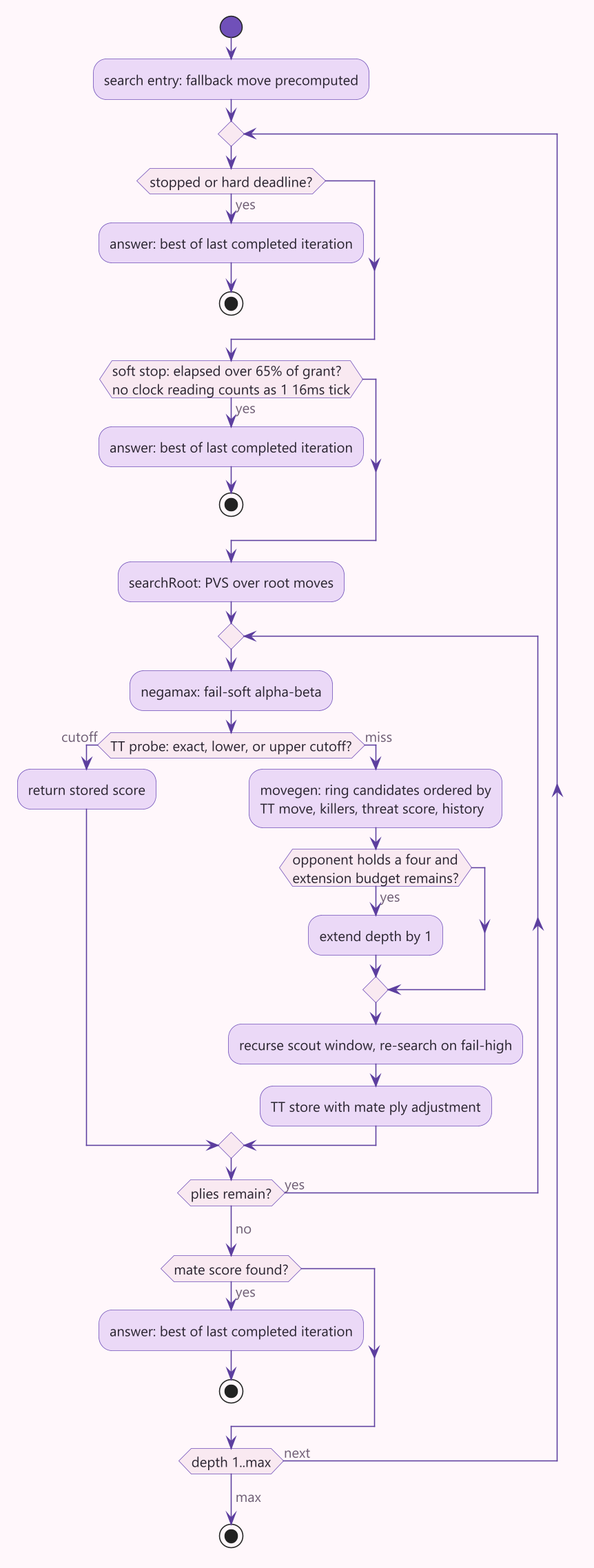
lavantien/caro-ai-pvp keeps this PlantUML diagram as docs/diagrams/search-pipeline.png. Above is the earlier version.
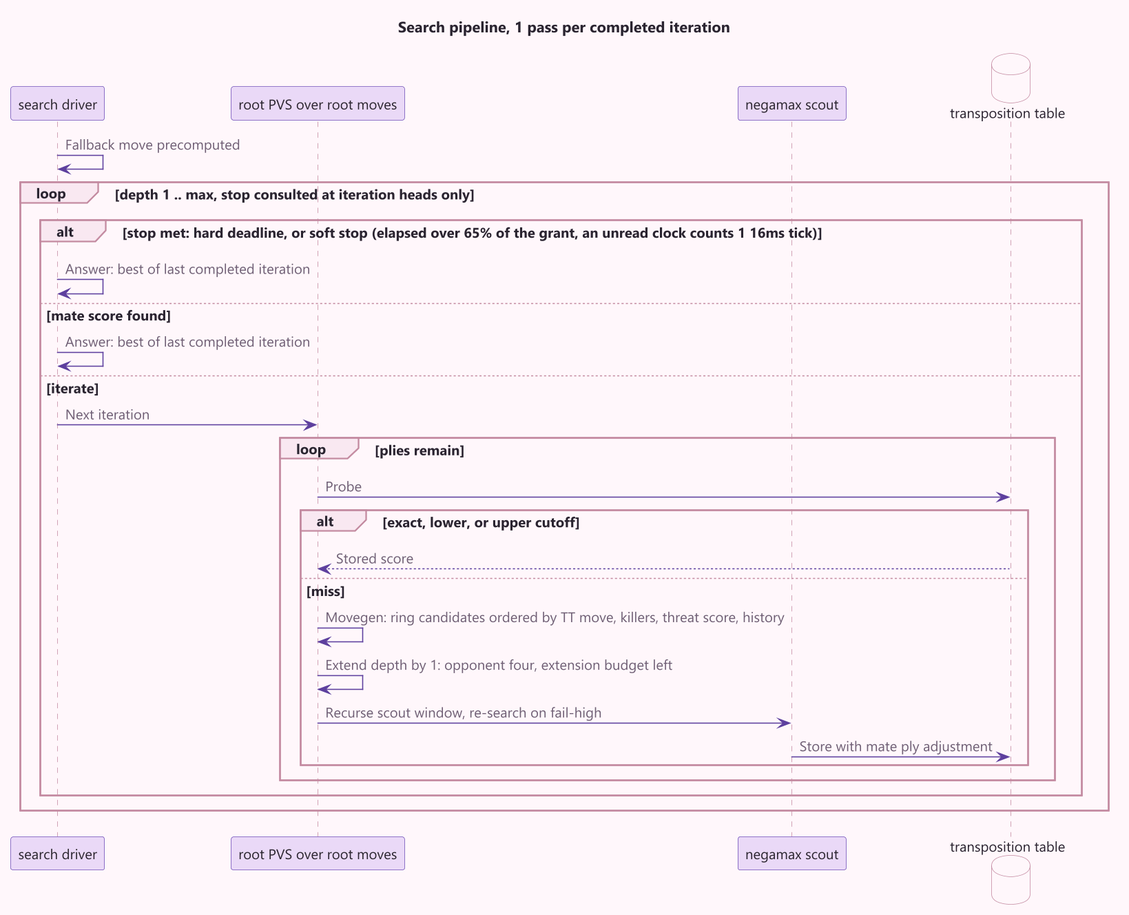
The same file after the commit.

Change to the diagram source:
```diff
@@ -1,36 +1,31 @@
 @startuml search-pipeline
 !include common.iuml
-start
-:search entry: fallback move precomputed;
-repeat
-  if (stopped or hard deadline?) then (yes)
-    :answer: best of last completed iteration;
-    stop
-  endif
-  if (soft stop: elapsed over 65% of grant?\nno clock reading counts as 1 16ms tick) then (yes)
-    :answer: best of last completed iteration;
-    stop
-  endif
-  :searchRoot: PVS over root moves;
-  repeat
-    :negamax: fail-soft alpha-beta;
-    if (TT probe: exact, lower, or upper cutoff?) then (cutoff)
-      :return stored score;
-    else (miss)
-      :movegen: ring candidates ordered by\nTT move, killers, threat score, history;
-      if (opponent holds a four and\nextension budget remains?) then (yes)
-        :extend depth by 1;
-      endif
-      :recurse scout window, re-search on fail-high;
-      :TT store with mate ply adjustment;
-    endif
-  repeat while (plies remain?) is (yes)
-  -> no;
-  if (mate score found?) then (yes)
-    :answer: best of last completed iteration;
-    stop
-  endif
-repeat while (depth 1..max) is (next)
--> max;
-stop
+title Search pipeline, 1 pass per completed iteration
+
+participant "search driver" as driver
+participant "root PVS over root moves" as root
+participant "negamax scout" as scout
+database "transposition table" as tt
+
+driver -> driver : Fallback move precomputed
+loop depth 1 .. max, stop consulted at iteration heads only
+  alt stop met: hard deadline, or soft stop (elapsed over 65% of the grant, an unread clock counts 1 16ms tick)
+    driver -> driver : Answer: best of last completed iteration
+  else mate score found
+    driver -> driver : Answer: best of last completed iteration
+  else iterate
+    driver -> root : Next iteration
+    loop plies remain
+      root -> tt : Probe
+      alt exact, lower, or upper cutoff
+        tt --> root : Stored score
+      else miss
+        root -> root : Movegen: ring candidates ordered by TT move, killers, threat score, history
+        root -> root : Extend depth by 1: opponent four, extension budget left
+        root -> scout : Recurse scout window, re-search on fail-high
+        scout -> tt : Store with mate ply adjustment
+      end
+    end
+  end
+end
 @enduml
```
